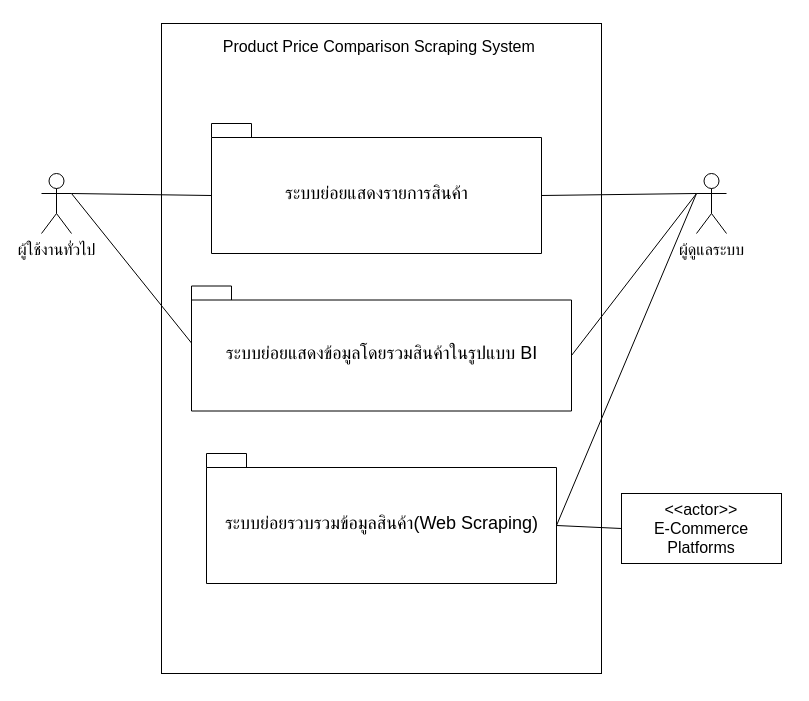
newzyz/Share keeps this draw.io diagram as Untitled Diagram.drawio. Above is the earlier version. Source tidied: cells renumbered, new cells numbered last; positions are measured from the earlier drawing's top-left corner, leaving out a move shared by most shapes. Both pictures are drawn from the tidied source at 100%, with x=0, y=0 at pixel (41, 23).
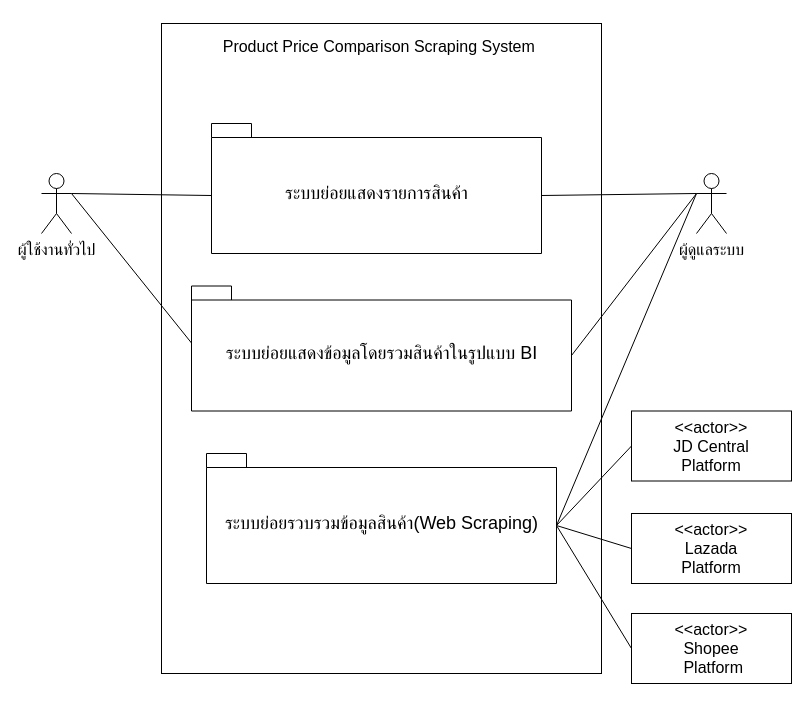
Above is the later version.

Diff of the diagram source:
```diff
@@
 <mxGraphModel>
   <root>
     <mxCell id="0" />
     <mxCell id="1" parent="0" />
     <mxCell id="2" value="&lt;font face=&quot;calibri, sans-serif&quot;&gt;&lt;span style=&quot;font-size: 16px&quot;&gt;&lt;br&gt;Product Price Comparison Scraping System&amp;nbsp;&lt;/span&gt;&lt;/font&gt;" style="rounded=0;whiteSpace=wrap;html=1;spacingTop=-125;spacing=5;spacingBottom=500;" parent="1" vertex="1">
       <mxGeometry x="120" width="440" height="650" as="geometry" />
     </mxCell>
     <mxCell id="3" value="&lt;font style=&quot;font-size: 16px&quot;&gt;ผู้ใช้งานทั่วไป&lt;/font&gt;" style="shape=umlActor;verticalLabelPosition=bottom;verticalAlign=top;html=1;outlineConnect=0;hachureGap=4;" parent="1" vertex="1">
       <mxGeometry y="150" width="30" height="60" as="geometry" />
     </mxCell>
     <mxCell id="4" value="&lt;font style=&quot;font-size: 18px ; font-weight: normal&quot;&gt;ระบบย่อยแสดงรายการสินค้า&lt;/font&gt;" style="shape=folder;fontStyle=1;spacingTop=10;tabWidth=40;tabHeight=14;tabPosition=left;html=1;hachureGap=4;" parent="1" vertex="1">
       <mxGeometry x="170" y="100" width="330" height="130" as="geometry" />
     </mxCell>
     <mxCell id="5" style="endArrow=none;html=1;startSize=14;endSize=14;sourcePerimeterSpacing=8;targetPerimeterSpacing=8;entryX=0;entryY=0;entryDx=0;entryDy=72;entryPerimeter=0;exitX=1;exitY=0.3333333333333333;exitDx=0;exitDy=0;exitPerimeter=0;" parent="1" edge="1" source="3" target="4">
       <mxGeometry relative="1" as="geometry" />
     </mxCell>
     <mxCell id="6" value="&lt;font style=&quot;font-size: 18px ; font-weight: normal&quot;&gt;ระบบย่อยแสดงข้อมูลโดยรวมสินค้าในรูปแบบ BI&lt;/font&gt;" style="shape=folder;fontStyle=1;spacingTop=10;tabWidth=40;tabHeight=14;tabPosition=left;html=1;hachureGap=4;" parent="1" vertex="1">
       <mxGeometry x="150" y="262.5" width="380" height="125" as="geometry" />
     </mxCell>
     <mxCell id="7" style="endArrow=none;html=1;startSize=14;endSize=14;sourcePerimeterSpacing=8;targetPerimeterSpacing=8;entryX=1;entryY=0.3333333333333333;entryDx=0;entryDy=0;entryPerimeter=0;exitX=0;exitY=0;exitDx=0;exitDy=57;exitPerimeter=0;" parent="1" edge="1" source="6" target="3">
       <mxGeometry relative="1" as="geometry" />
     </mxCell>
     <mxCell id="8" value="&lt;font style=&quot;font-size: 18px ; font-weight: normal&quot;&gt;ระบบย่อยรวบรวมข้อมูลสินค้า(Web Scraping)&lt;/font&gt;" style="shape=folder;fontStyle=1;spacingTop=10;tabWidth=40;tabHeight=14;tabPosition=left;html=1;hachureGap=4;" parent="1" vertex="1">
       <mxGeometry x="165" y="430" width="350" height="130" as="geometry" />
     </mxCell>
-    <mxCell id="9" value="&lt;font style=&quot;font-size: 16px&quot;&gt;&amp;lt;&amp;lt;actor&amp;gt;&amp;gt;&lt;br&gt;E-Commerce Platforms&lt;/font&gt;" style="rounded=0;whiteSpace=wrap;html=1;hachureGap=4;" parent="1" vertex="1">
-      <mxGeometry x="580" y="470" width="160" height="70" as="geometry" />
+    <mxCell id="9" value="&lt;font style=&quot;font-size: 16px&quot;&gt;&amp;lt;&amp;lt;actor&amp;gt;&amp;gt;&lt;br&gt;JD Central&lt;br&gt;Platform&lt;/font&gt;" style="rounded=0;whiteSpace=wrap;html=1;hachureGap=4;" parent="1" vertex="1">
+      <mxGeometry x="590" y="387.5" width="160" height="70" as="geometry" />
     </mxCell>
     <mxCell id="10" style="endArrow=none;html=1;entryX=0;entryY=0.5;entryDx=0;entryDy=0;exitX=0;exitY=0;exitDx=350;exitDy=72;exitPerimeter=0;" parent="1" edge="1" source="8" target="9">
       <mxGeometry relative="1" as="geometry" />
     </mxCell>
     <mxCell id="11" value="&lt;font style=&quot;font-size: 16px&quot;&gt;ผู้ดูแลระบบ&lt;/font&gt;" style="shape=umlActor;verticalLabelPosition=bottom;verticalAlign=top;html=1;outlineConnect=0;" parent="1" vertex="1">
       <mxGeometry x="655" y="150" width="30" height="60" as="geometry" />
     </mxCell>
     <mxCell id="12" style="endArrow=none;html=1;entryX=0;entryY=0.3333333333333333;entryDx=0;entryDy=0;entryPerimeter=0;exitX=0;exitY=0;exitDx=350;exitDy=72;exitPerimeter=0;" parent="1" edge="1" source="8" target="11">
       <mxGeometry relative="1" as="geometry" />
     </mxCell>
     <mxCell id="13" style="endArrow=none;html=1;rounded=0;entryX=0;entryY=0.3333333333333333;entryDx=0;entryDy=0;entryPerimeter=0;exitX=0;exitY=0;exitDx=380;exitDy=69.5;exitPerimeter=0;" parent="1" edge="1" source="6" target="11">
       <mxGeometry relative="1" as="geometry" />
     </mxCell>
     <mxCell id="14" style="endArrow=none;html=1;rounded=0;entryX=0;entryY=0.3333333333333333;entryDx=0;entryDy=0;entryPerimeter=0;exitX=0;exitY=0;exitDx=330;exitDy=72;exitPerimeter=0;" parent="1" edge="1" source="4" target="11">
       <mxGeometry relative="1" as="geometry" />
     </mxCell>
+    <mxCell id="15" value="&lt;font style=&quot;font-size: 16px&quot;&gt;&amp;lt;&amp;lt;actor&amp;gt;&amp;gt;&lt;br&gt;Lazada &lt;br&gt;Platform&lt;/font&gt;" style="rounded=0;whiteSpace=wrap;html=1;hachureGap=4;" parent="1" vertex="1">
+      <mxGeometry x="590" y="490" width="160" height="70" as="geometry" />
+    </mxCell>
+    <mxCell id="16" value="&lt;font style=&quot;font-size: 16px&quot;&gt;&amp;lt;&amp;lt;actor&amp;gt;&amp;gt;&lt;br&gt;Shopee&lt;br&gt;&amp;nbsp;Platform&lt;/font&gt;" style="rounded=0;whiteSpace=wrap;html=1;hachureGap=4;" parent="1" vertex="1">
+      <mxGeometry x="590" y="590" width="160" height="70" as="geometry" />
+    </mxCell>
+    <mxCell id="17" style="endArrow=none;html=1;rounded=0;entryX=0;entryY=0;entryDx=350;entryDy=72;entryPerimeter=0;exitX=0;exitY=0.5;exitDx=0;exitDy=0;" parent="1" edge="1" source="15" target="8">
+      <mxGeometry relative="1" as="geometry" />
+    </mxCell>
+    <mxCell id="18" style="endArrow=none;html=1;rounded=0;entryX=0;entryY=0;entryDx=350;entryDy=72;entryPerimeter=0;exitX=0;exitY=0.5;exitDx=0;exitDy=0;" parent="1" edge="1" source="16" target="8">
+      <mxGeometry relative="1" as="geometry" />
+    </mxCell>
   </root>
 </mxGraphModel>
```
